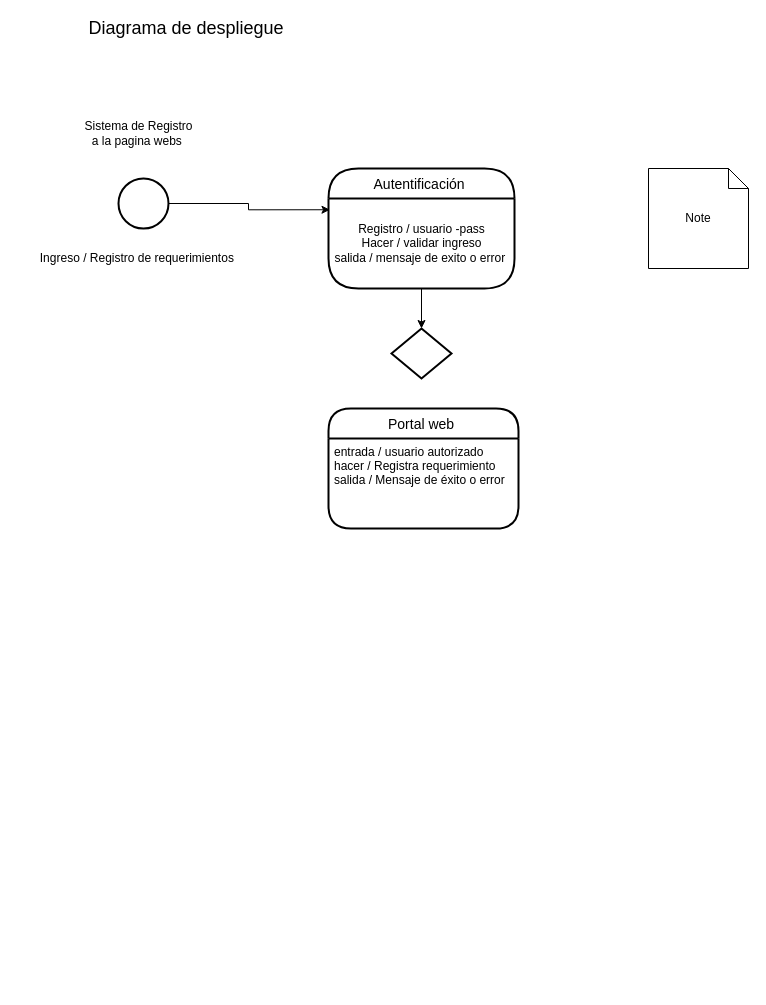
Before: page "Page-3" (3 of 3) of Untitled Diagram.drawio in 62258553/Dise-o-de-Prueba, a draw.io diagram. Source tidied: cells renumbered, new cells numbered last; positions are measured from the earlier drawing's top-left corner, leaving out a move shared by most shapes. Both pictures are drawn from the tidied source at 100%, with x=0, y=0 at pixel (33, 18).
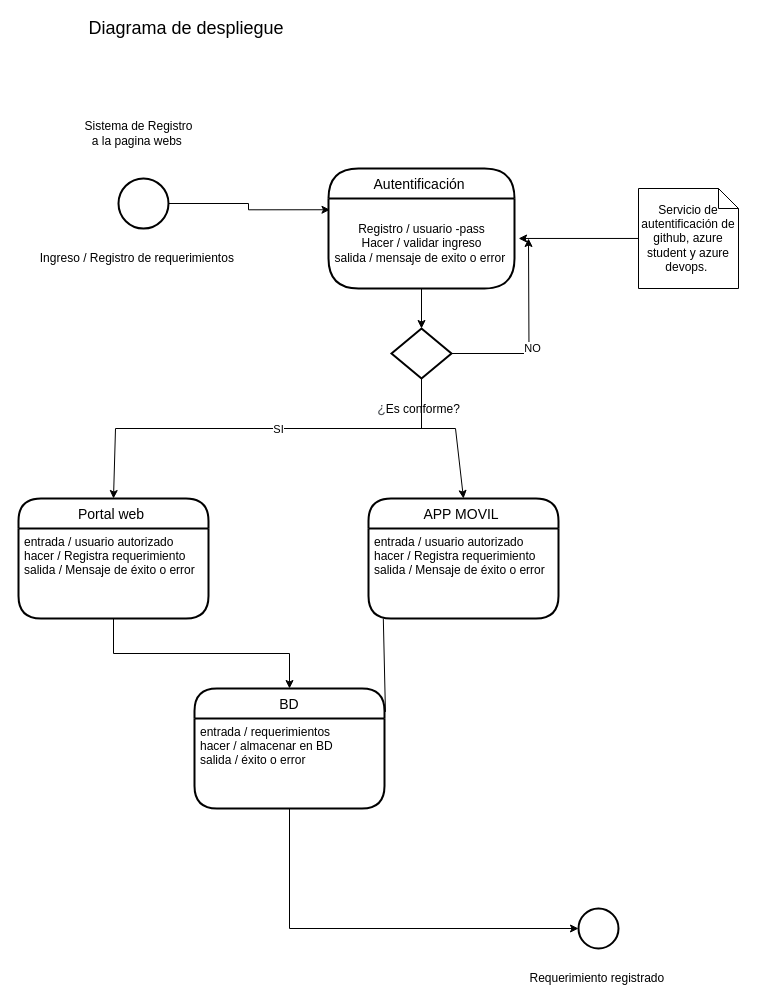
The same diagram, later.

The change refers to these unchanged cells:
```xml
<mxCell id="6" value="Registro / usuario -pass&lt;br&gt;Hacer / validar ingreso&lt;br&gt;salida / mensaje de exito o error&amp;nbsp;" style="text;html=1;align=center;verticalAlign=middle;points=[];strokeColor=none;fillColor=none;" parent="5" vertex="1">
  <mxGeometry y="30" width="186" height="90" as="geometry" />
</mxCell>
<mxCell id="10" style="strokeWidth=2;html=1;shape=mxgraph.flowchart.decision;whiteSpace=wrap;" parent="1" vertex="1">
  <mxGeometry x="358" y="310" width="60" height="50" as="geometry" />
</mxCell>
```

Change to the diagram source:
```diff
@@
+    <mxCell id="14" style="edgeStyle=orthogonalEdgeStyle;rounded=0;jettySize=auto;html=1;entryX=1.022;entryY=0.444;entryDx=0;entryDy=0;entryPerimeter=0;" parent="1" edge="1" source="7" target="6">
+      <mxGeometry relative="1" as="geometry" />
+    </mxCell>
-    <mxCell id="7" value="Note" style="shape=note;size=20;whiteSpace=wrap;html=1;" parent="1" vertex="1">
-      <mxGeometry x="615" y="150" width="100" height="100" as="geometry" />
+    <mxCell id="7" value="Servicio de autentificación de github,&amp;nbsp;azure student y&amp;nbsp;azure devops.&amp;nbsp;" style="shape=note;size=20;whiteSpace=wrap;html=1;" parent="1" vertex="1">
+      <mxGeometry x="605" y="170" width="100" height="100" as="geometry" />
     </mxCell>
@@
+    <mxCell id="15" style="edgeStyle=orthogonalEdgeStyle;rounded=0;jettySize=auto;html=1;exitX=1;exitY=0.5;exitDx=0;exitDy=0;exitPerimeter=0;" parent="1" edge="1" source="10">
+      <mxGeometry relative="1" as="geometry">
+        <mxPoint x="495" y="220" as="targetPoint" />
+      </mxGeometry>
+    </mxCell>
+    <mxCell id="16" value="NO" style="edgeLabel;html=1;align=center;verticalAlign=middle;" parent="15" vertex="1">
+      <mxGeometry x="-0.14" y="-3" relative="1" as="geometry" />
+    </mxCell>
@@
+    <mxCell id="17" style="edgeStyle=orthogonalEdgeStyle;rounded=0;jettySize=auto;html=1;entryX=0.5;entryY=0;entryDx=0;entryDy=0;" parent="1" edge="1" source="11" target="21">
+      <mxGeometry relative="1" as="geometry" />
+    </mxCell>
     <mxCell id="11" value="Portal web " style="swimlane;horizontal=1;startSize=30;rounded=1;fontSize=14;fontStyle=0;strokeWidth=2;shadow=0;dashed=0;align=center;arcSize=25;" parent="1" vertex="1">
-      <mxGeometry x="295" y="390" width="190" height="120" as="geometry" />
+      <mxGeometry x="-15" y="480" width="190" height="120" as="geometry" />
     </mxCell>
@@
+    <mxCell id="18" value="APP MOVIL " style="swimlane;horizontal=1;startSize=30;rounded=1;fontSize=14;fontStyle=0;strokeWidth=2;shadow=0;dashed=0;align=center;arcSize=25;" parent="1" vertex="1">
+      <mxGeometry x="335" y="480" width="190" height="120" as="geometry" />
+    </mxCell>
+    <mxCell id="19" value="entrada / usuario autorizado &#10;hacer / Registra requerimiento &#10;salida / Mensaje de éxito o error " style="align=left;strokeColor=none;fillColor=none;spacingLeft=4;fontSize=12;verticalAlign=top;" parent="18" vertex="1">
+      <mxGeometry y="30" width="190" height="90" as="geometry" />
+    </mxCell>
+    <mxCell id="20" style="edgeStyle=orthogonalEdgeStyle;rounded=0;jettySize=auto;html=1;" parent="1" edge="1" source="21" target="30">
+      <mxGeometry relative="1" as="geometry">
+        <Array as="points">
+          <mxPoint x="256" y="910" />
+        </Array>
+      </mxGeometry>
+    </mxCell>
+    <mxCell id="21" value="BD" style="swimlane;horizontal=1;startSize=30;rounded=1;fontSize=14;fontStyle=0;strokeWidth=2;shadow=0;dashed=0;align=center;arcSize=25;" parent="1" vertex="1">
+      <mxGeometry x="161" y="670" width="190" height="120" as="geometry" />
+    </mxCell>
+    <mxCell id="22" value="entrada / requerimientos  &#10;hacer / almacenar en BD&#10;salida / éxito o error " style="align=left;strokeColor=none;fillColor=none;spacingLeft=4;fontSize=12;verticalAlign=top;" parent="21" vertex="1">
+      <mxGeometry y="30" width="190" height="90" as="geometry" />
+    </mxCell>
+    <mxCell id="23" style="endArrow=none;html=1;rounded=0;exitX=1.005;exitY=0.195;exitDx=0;exitDy=0;exitPerimeter=0;entryX=0.078;entryY=1.001;entryDx=0;entryDy=0;entryPerimeter=0;" parent="1" edge="1" source="21" target="19">
+      <mxGeometry relative="1" as="geometry" />
+    </mxCell>
+    <mxCell id="24" style="endArrow=none;html=1;rounded=0;" parent="1" edge="1">
+      <mxGeometry relative="1" as="geometry">
+        <mxPoint x="82" y="410" as="sourcePoint" />
+        <mxPoint x="422" y="410" as="targetPoint" />
+      </mxGeometry>
+    </mxCell>
+    <mxCell id="25" value="SI" style="edgeLabel;html=1;align=center;verticalAlign=middle;" parent="24" vertex="1">
+      <mxGeometry x="-0.05" relative="1" as="geometry" />
+    </mxCell>
+    <mxCell id="26" style="endArrow=classic;html=1;rounded=0;entryX=0.5;entryY=0;entryDx=0;entryDy=0;" parent="1" edge="1" target="11">
+      <mxGeometry relative="1" as="geometry">
+        <mxPoint x="82" y="410" as="sourcePoint" />
+      </mxGeometry>
+    </mxCell>
+    <mxCell id="27" style="endArrow=classic;html=1;rounded=0;entryX=0.5;entryY=0;entryDx=0;entryDy=0;" parent="1" edge="1" target="18">
+      <mxGeometry relative="1" as="geometry">
+        <mxPoint x="422" y="410" as="sourcePoint" />
+      </mxGeometry>
+    </mxCell>
+    <mxCell id="28" style="endArrow=none;html=1;rounded=0;entryX=0.5;entryY=1;entryDx=0;entryDy=0;entryPerimeter=0;" parent="1" edge="1" target="10">
+      <mxGeometry relative="1" as="geometry">
+        <mxPoint x="388" y="410" as="sourcePoint" />
+      </mxGeometry>
+    </mxCell>
+    <mxCell id="29" value="&lt;span style=&quot;color: rgb(77 , 81 , 86) ; font-family: &amp;#34;arial&amp;#34; , sans-serif ; font-size: 14px ; text-align: left ; background-color: rgb(255 , 255 , 255)&quot;&gt;¿&lt;/span&gt;Es conforme?" style="text;html=1;align=center;verticalAlign=middle;strokeColor=none;fillColor=none;" parent="1" vertex="1">
+      <mxGeometry x="335" y="380" width="100" height="20" as="geometry" />
+    </mxCell>
+    <mxCell id="30" style="strokeWidth=2;html=1;shape=mxgraph.flowchart.start_2;whiteSpace=wrap;" parent="1" vertex="1">
+      <mxGeometry x="545" y="890" width="40" height="40" as="geometry" />
+    </mxCell>
+    <mxCell id="31" value="Requerimiento registrado&amp;nbsp;" style="text;html=1;align=center;verticalAlign=middle;strokeColor=none;fillColor=none;" parent="1" vertex="1">
+      <mxGeometry x="490" y="950" width="150" height="20" as="geometry" />
+    </mxCell>
```
